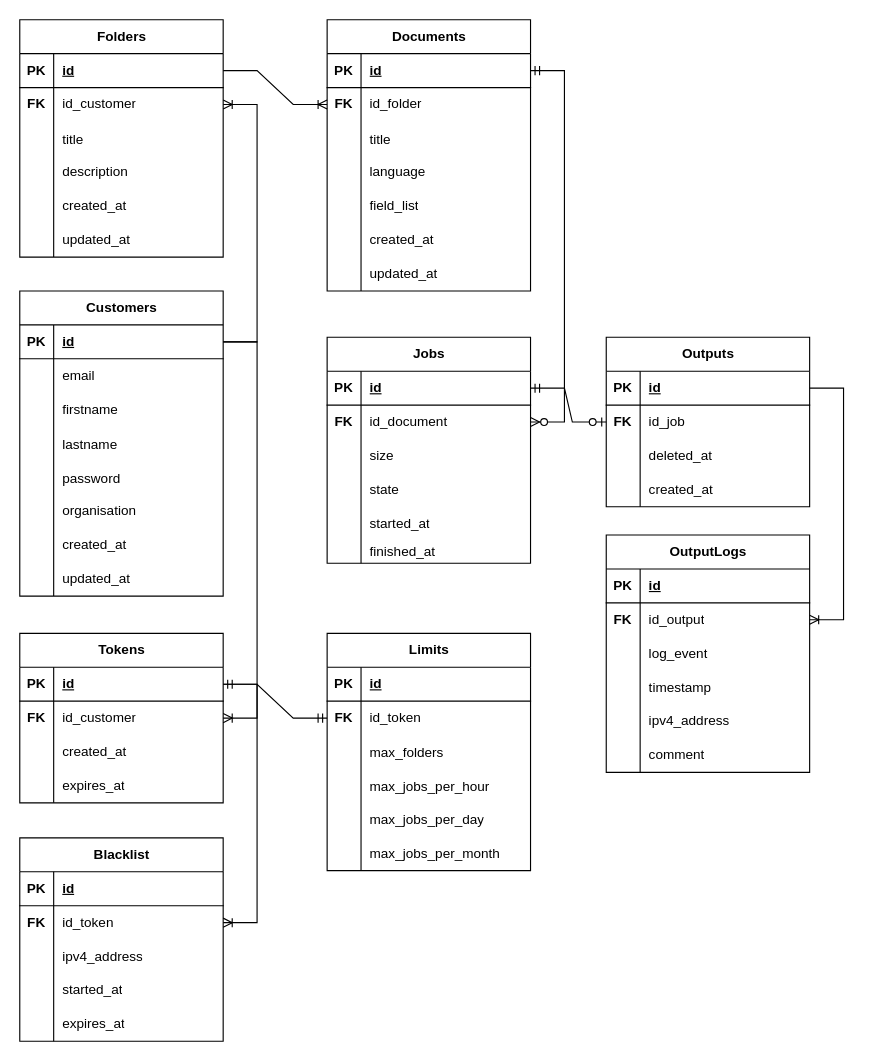
Before: docs/pff-api-erd.drawio in edenst-TPH/pdf-form-filling-api, a draw.io diagram. Source tidied: cells renumbered, new cells numbered last; positions are measured from the earlier drawing's top-left corner, leaving out a move shared by most shapes. Both pictures are drawn from the tidied source at 113%, with x=0, y=0 at pixel (-61, -218).
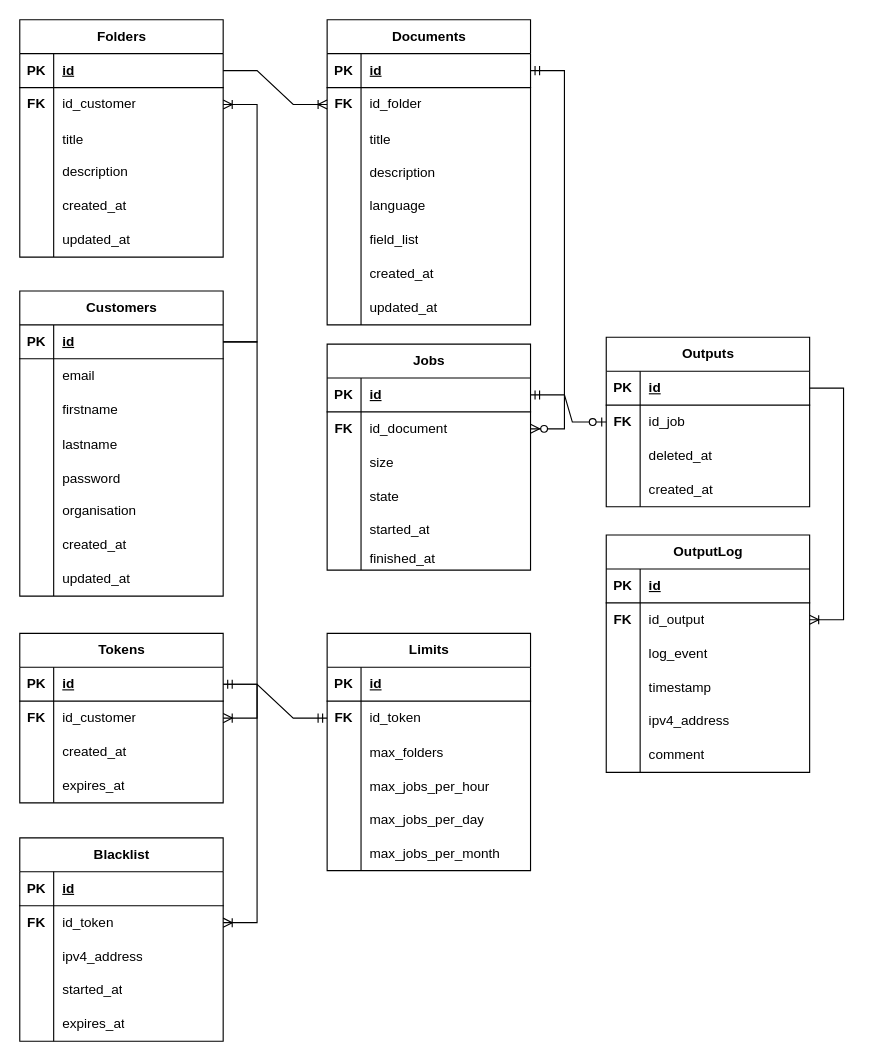
After the change.

What changed in the source:
```diff
@@
-<mxGraphModel>
+<mxGraphModel background="#FFFFFF">
@@
     <mxCell id="2" value="Jobs" style="shape=table;startSize=30;childLayout=tableLayout;rowLines=0;fontStyle=1;align=center;html=1;" parent="1" vertex="1">
-      <mxGeometry x="343" y="491" width="180" height="200" as="geometry" />
+      <mxGeometry x="343" y="497" width="180" height="200" as="geometry" />
     </mxCell>
@@
     <mxCell id="21" value="Documents" style="shape=table;startSize=30;childLayout=tableLayout;rowLines=0;fontStyle=1;align=center;html=1;" parent="1" vertex="1">
-      <mxGeometry x="343" y="210" width="180" height="240" as="geometry" />
+      <mxGeometry x="343" y="210" width="180" height="270" as="geometry" />
     </mxCell>
@@
+    <mxCell id="175" style="shape=tableRow;horizontal=0;startSize=0;swimlaneHead=0;swimlaneBody=0;fillColor=none;top=0;left=0;right=0;bottom=0;" parent="21" vertex="1">
+      <mxGeometry y="120" width="180" height="30" as="geometry" />
+    </mxCell>
+    <mxCell id="176" style="shape=partialRectangle;fillColor=none;top=0;left=0;bottom=0;right=0;overflow=hidden;" parent="175" vertex="1">
+      <mxGeometry width="30" height="30" as="geometry" />
+    </mxCell>
+    <mxCell id="177" value="description" style="shape=partialRectangle;fillColor=none;top=0;left=0;bottom=0;right=0;align=left;spacingLeft=6;overflow=hidden;" parent="175" vertex="1">
+      <mxGeometry x="30" width="150" height="30" as="geometry" />
+    </mxCell>
     <mxCell id="31" style="shape=tableRow;horizontal=0;startSize=0;swimlaneHead=0;swimlaneBody=0;fillColor=none;top=0;left=0;right=0;bottom=0;" parent="21" vertex="1">
-      <mxGeometry y="120" width="180" height="30" as="geometry" />
+      <mxGeometry y="150" width="180" height="30" as="geometry" />
     </mxCell>
@@
     <mxCell id="34" style="shape=tableRow;horizontal=0;startSize=0;swimlaneHead=0;swimlaneBody=0;fillColor=none;top=0;left=0;right=0;bottom=0;" parent="21" vertex="1">
-      <mxGeometry y="150" width="180" height="30" as="geometry" />
+      <mxGeometry y="180" width="180" height="30" as="geometry" />
     </mxCell>
@@
     <mxCell id="37" style="shape=tableRow;horizontal=0;startSize=0;swimlaneHead=0;swimlaneBody=0;fillColor=none;top=0;left=0;right=0;bottom=0;" parent="21" vertex="1">
-      <mxGeometry y="180" width="180" height="30" as="geometry" />
+      <mxGeometry y="210" width="180" height="30" as="geometry" />
     </mxCell>
@@
     <mxCell id="40" style="shape=tableRow;horizontal=0;startSize=0;swimlaneHead=0;swimlaneBody=0;fillColor=none;top=0;left=0;right=0;bottom=0;" parent="21" vertex="1">
-      <mxGeometry y="210" width="180" height="30" as="geometry" />
+      <mxGeometry y="240" width="180" height="30" as="geometry" />
     </mxCell>
@@
-    <mxCell id="155" value="&lt;div&gt;OutputLogs&lt;/div&gt;" style="shape=table;startSize=30;childLayout=tableLayout;rowLines=0;fontStyle=1;align=center;html=1;" parent="1" vertex="1">
+    <mxCell id="155" value="&lt;div&gt;OutputLog&lt;/div&gt;" style="shape=table;startSize=30;childLayout=tableLayout;rowLines=0;fontStyle=1;align=center;html=1;" parent="1" vertex="1">
       <mxGeometry x="590" y="666" width="180" height="210" as="geometry" />
     </mxCell>
```
